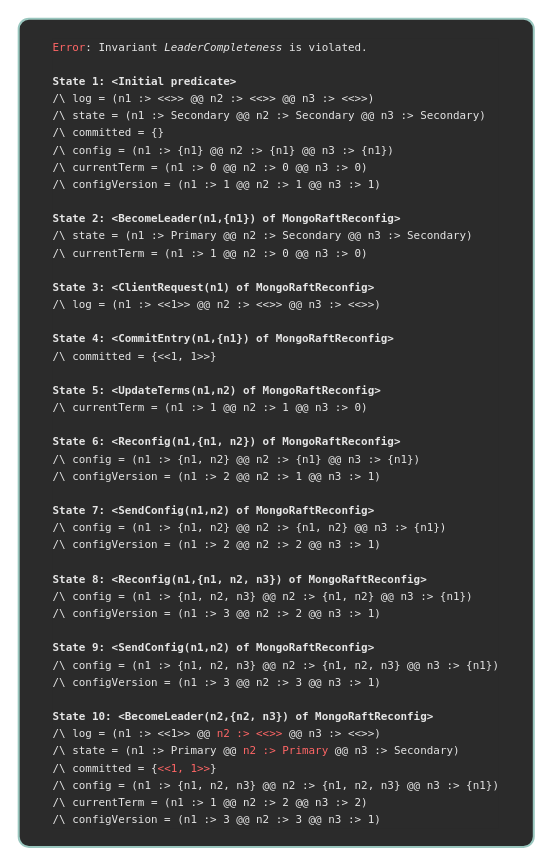
Earlier version of the draw.io diagram page "t3" (2 of 8) of traces/traces.drawio (will62794/reconfig-traces). Source tidied: cells renumbered, new cells numbered last; positions are measured from the earlier drawing's top-left corner, leaving out a move shared by most shapes. Both pictures are drawn from the tidied source at 101%, with x=0, y=0 at pixel (18, 18).
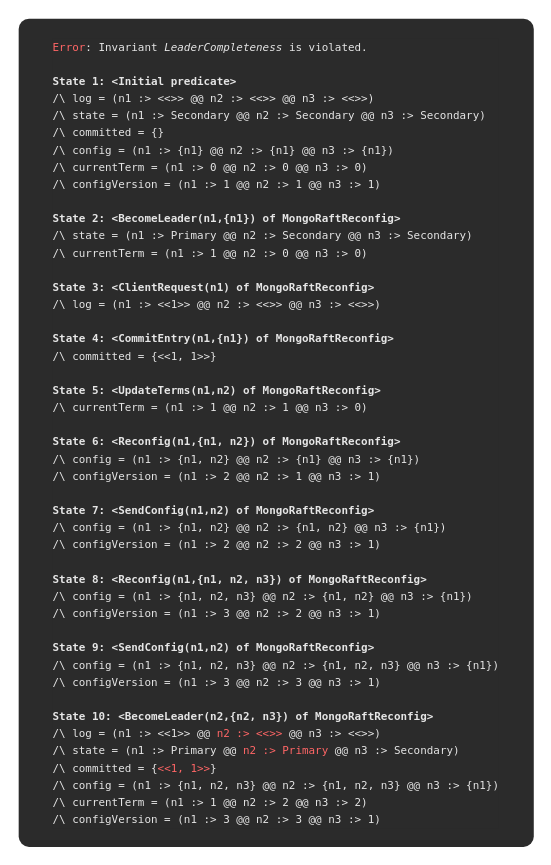
After the change.

The edit, as a diff of the source:
```diff
@@
 <mxGraphModel>
   <root>
     <mxCell id="0" />
     <mxCell id="1" parent="0" />
-    <mxCell id="2" value="&lt;div style=&quot;background-color: rgb(43, 43, 43); line-height: 16px;&quot;&gt;&lt;div style=&quot;text-align: left;&quot;&gt;&lt;font face=&quot;Menlo, Monaco, Courier New, monospace&quot;&gt;&lt;span style=&quot;font-size: 10.8px; white-space: pre;&quot;&gt;&lt;font style=&quot;color: rgb(255, 102, 102);&quot;&gt;Error&lt;/font&gt;&lt;font color=&quot;#e6e6e6&quot;&gt;: Invariant &lt;/font&gt;&lt;i style=&quot;color: rgb(230, 230, 230);&quot;&gt;LeaderCompleteness&lt;/i&gt;&lt;font color=&quot;#e6e6e6&quot;&gt; is violated.&lt;br&gt;&lt;/font&gt;&lt;b style=&quot;color: rgb(230, 230, 230);&quot;&gt;&lt;br&gt;&lt;/b&gt;&lt;/span&gt;&lt;/font&gt;&lt;/div&gt;&lt;div style=&quot;text-align: left;&quot;&gt;&lt;font face=&quot;Menlo, Monaco, Courier New, monospace&quot;&gt;&lt;span style=&quot;font-size: 10.8px; white-space: pre;&quot;&gt;&lt;b style=&quot;color: rgb(230, 230, 230);&quot;&gt;State 1: &amp;lt;Initial predicate&amp;gt;&lt;br&gt;&lt;/b&gt;&lt;font color=&quot;#e6e6e6&quot;&gt;/\ log = (n1 :&amp;gt; &amp;lt;&amp;lt;&amp;gt;&amp;gt; @@ n2 :&amp;gt; &amp;lt;&amp;lt;&amp;gt;&amp;gt; @@ n3 :&amp;gt; &amp;lt;&amp;lt;&amp;gt;&amp;gt;)&lt;br&gt;/\ state = (n1 :&amp;gt; Secondary @@ n2 :&amp;gt; Secondary @@ n3 :&amp;gt; Secondary)&lt;br&gt;/\ committed = {}&lt;br&gt;/\ config = (n1 :&amp;gt; {n1} @@ n2 :&amp;gt; {n1} @@ n3 :&amp;gt; {n1})&lt;br&gt;/\ currentTerm = (n1 :&amp;gt; 0 @@ n2 :&amp;gt; 0 @@ n3 :&amp;gt; 0)&lt;br&gt;/\ configVersion = (n1 :&amp;gt; 1 @@ n2 :&amp;gt; 1 @@ n3 :&amp;gt; 1)&lt;br&gt;&lt;br&gt;&lt;/font&gt;&lt;b style=&quot;color: rgb(230, 230, 230);&quot;&gt;State 2: &amp;lt;BecomeLeader(n1,{n1}) of MongoRaftReconfig&amp;gt;&lt;br&gt;&lt;/b&gt;&lt;font color=&quot;#e6e6e6&quot;&gt;/\ state = (n1 :&amp;gt; Primary @@ n2 :&amp;gt; Secondary @@ n3 :&amp;gt; Secondary)&lt;br&gt;/\ currentTerm = (n1 :&amp;gt; 1 @@ n2 :&amp;gt; 0 @@ n3 :&amp;gt; 0)&lt;br&gt;&lt;br&gt;&lt;/font&gt;&lt;b style=&quot;color: rgb(230, 230, 230);&quot;&gt;State 3: &amp;lt;ClientRequest(n1) of MongoRaftReconfig&amp;gt;&lt;br&gt;&lt;/b&gt;&lt;font color=&quot;#e6e6e6&quot;&gt;/\ log = (n1 :&amp;gt; &amp;lt;&amp;lt;1&amp;gt;&amp;gt; @@ n2 :&amp;gt; &amp;lt;&amp;lt;&amp;gt;&amp;gt; @@ n3 :&amp;gt; &amp;lt;&amp;lt;&amp;gt;&amp;gt;)&lt;br&gt;&lt;br&gt;&lt;/font&gt;&lt;b style=&quot;color: rgb(230, 230, 230);&quot;&gt;State 4: &amp;lt;CommitEntry(n1,{n1}) of MongoRaftReconfig&amp;gt;&lt;br&gt;&lt;/b&gt;&lt;font color=&quot;#e6e6e6&quot;&gt;/\ committed = {&amp;lt;&amp;lt;1, 1&amp;gt;&amp;gt;}&lt;br&gt;&lt;br&gt;&lt;/font&gt;&lt;b style=&quot;color: rgb(230, 230, 230);&quot;&gt;State 5: &amp;lt;UpdateTerms(n1,n2) of MongoRaftReconfig&amp;gt;&lt;br&gt;&lt;/b&gt;&lt;font color=&quot;#e6e6e6&quot;&gt;/\ currentTerm = (n1 :&amp;gt; 1 @@ n2 :&amp;gt; 1 @@ n3 :&amp;gt; 0)&lt;br&gt;&lt;br&gt;&lt;/font&gt;&lt;b style=&quot;color: rgb(230, 230, 230);&quot;&gt;State 6: &amp;lt;Reconfig(n1,{n1, n2}) of MongoRaftReconfig&amp;gt;&lt;br&gt;&lt;/b&gt;&lt;font color=&quot;#e6e6e6&quot;&gt;/\ config = (n1 :&amp;gt; {n1, n2} @@ n2 :&amp;gt; {n1} @@ n3 :&amp;gt; {n1})&lt;br&gt;/\ configVersion = (n1 :&amp;gt; 2 @@ n2 :&amp;gt; 1 @@ n3 :&amp;gt; 1)&lt;br&gt;&lt;br&gt;&lt;/font&gt;&lt;b style=&quot;color: rgb(230, 230, 230);&quot;&gt;State 7: &amp;lt;SendConfig(n1,n2) of MongoRaftReconfig&amp;gt;&lt;br&gt;&lt;/b&gt;&lt;font color=&quot;#e6e6e6&quot;&gt;/\ config = (n1 :&amp;gt; {n1, n2} @@ n2 :&amp;gt; {n1, n2} @@ n3 :&amp;gt; {n1})&lt;br&gt;/\ configVersion = (n1 :&amp;gt; 2 @@ n2 :&amp;gt; 2 @@ n3 :&amp;gt; 1)&lt;br&gt;&lt;br&gt;&lt;/font&gt;&lt;b style=&quot;color: rgb(230, 230, 230);&quot;&gt;State 8: &amp;lt;Reconfig(n1,{n1, n2, n3}) of MongoRaftReconfig&amp;gt;&lt;br&gt;&lt;/b&gt;&lt;font color=&quot;#e6e6e6&quot;&gt;/\ config = (n1 :&amp;gt; {n1, n2, n3} @@ n2 :&amp;gt; {n1, n2} @@ n3 :&amp;gt; {n1})&lt;br&gt;/\ configVersion = (n1 :&amp;gt; 3 @@ n2 :&amp;gt; 2 @@ n3 :&amp;gt; 1)&lt;br&gt;&lt;br&gt;&lt;/font&gt;&lt;b style=&quot;color: rgb(230, 230, 230);&quot;&gt;State 9: &amp;lt;SendConfig(n1,n2) of MongoRaftReconfig&amp;gt;&lt;br&gt;&lt;/b&gt;&lt;font color=&quot;#e6e6e6&quot;&gt;/\ config = (n1 :&amp;gt; {n1, n2, n3} @@ n2 :&amp;gt; {n1, n2, n3} @@ n3 :&amp;gt; {n1})&lt;br&gt;/\ configVersion = (n1 :&amp;gt; 3 @@ n2 :&amp;gt; 3 @@ n3 :&amp;gt; 1)&lt;br&gt;&lt;br&gt;&lt;/font&gt;&lt;b style=&quot;color: rgb(230, 230, 230);&quot;&gt;State 10: &amp;lt;BecomeLeader(n2,{n2, n3}) of MongoRaftReconfig&amp;gt;&lt;br&gt;&lt;/b&gt;&lt;font color=&quot;#e6e6e6&quot;&gt;/\ log = (n1 :&amp;gt; &amp;lt;&amp;lt;1&amp;gt;&amp;gt; @@ &lt;/font&gt;&lt;font style=&quot;color: rgb(255, 102, 102);&quot;&gt;n2 :&amp;gt; &amp;lt;&amp;lt;&amp;gt;&amp;gt;&lt;/font&gt;&lt;font color=&quot;#e6e6e6&quot;&gt; @@ n3 :&amp;gt; &amp;lt;&amp;lt;&amp;gt;&amp;gt;)&lt;br&gt;/\ state = (n1 :&amp;gt; Primary @@ &lt;/font&gt;&lt;font style=&quot;color: rgb(255, 102, 102);&quot;&gt;n2 :&amp;gt; Primary &lt;/font&gt;&lt;font color=&quot;#e6e6e6&quot;&gt;@@ n3 :&amp;gt; Secondary)&lt;br&gt;/\ committed = {&lt;/font&gt;&lt;font style=&quot;color: rgb(255, 102, 102);&quot;&gt;&amp;lt;&amp;lt;1, 1&amp;gt;&amp;gt;&lt;/font&gt;&lt;font color=&quot;#e6e6e6&quot;&gt;}&lt;br&gt;/\ config = (n1 :&amp;gt; {n1, n2, n3} @@ n2 :&amp;gt; {n1, n2, n3} @@ n3 :&amp;gt; {n1})&lt;br&gt;/\ currentTerm = (n1 :&amp;gt; 1 @@ n2 :&amp;gt; 2 @@ n3 :&amp;gt; 2)&lt;br&gt;/\ configVersion = (n1 :&amp;gt; 3 @@ n2 :&amp;gt; 3 @@ n3 :&amp;gt; 1)&lt;/font&gt;&lt;/span&gt;&lt;/font&gt;&lt;span style=&quot;color: rgb(169, 183, 198); font-family: Menlo, Monaco, &amp;quot;Courier New&amp;quot;, monospace; font-size: 10.8px; white-space: pre;&quot;&gt;&lt;br&gt;&lt;/span&gt;&lt;/div&gt;&lt;/div&gt;" style="text;html=1;align=center;verticalAlign=middle;whiteSpace=wrap;rounded=1;strokeColor=#9AC7BF;fillColor=light-dark(#2B2B2B,#282A35);gradientColor=none;arcSize=2;strokeWidth=2;" parent="1" vertex="1">
+    <mxCell id="2" value="&lt;div style=&quot;background-color: rgb(43, 43, 43); line-height: 16px;&quot;&gt;&lt;div style=&quot;text-align: left;&quot;&gt;&lt;font face=&quot;Menlo, Monaco, Courier New, monospace&quot;&gt;&lt;span style=&quot;font-size: 10.8px; white-space: pre;&quot;&gt;&lt;font style=&quot;color: rgb(255, 102, 102);&quot;&gt;Error&lt;/font&gt;&lt;font color=&quot;#e6e6e6&quot;&gt;: Invariant &lt;/font&gt;&lt;i style=&quot;color: rgb(230, 230, 230);&quot;&gt;LeaderCompleteness&lt;/i&gt;&lt;font color=&quot;#e6e6e6&quot;&gt; is violated.&lt;br&gt;&lt;/font&gt;&lt;b style=&quot;color: rgb(230, 230, 230);&quot;&gt;&lt;br&gt;&lt;/b&gt;&lt;/span&gt;&lt;/font&gt;&lt;/div&gt;&lt;div style=&quot;text-align: left;&quot;&gt;&lt;font face=&quot;Menlo, Monaco, Courier New, monospace&quot;&gt;&lt;span style=&quot;font-size: 10.8px; white-space: pre;&quot;&gt;&lt;b style=&quot;color: rgb(230, 230, 230);&quot;&gt;State 1: &amp;lt;Initial predicate&amp;gt;&lt;br&gt;&lt;/b&gt;&lt;font color=&quot;#e6e6e6&quot;&gt;/\ log = (n1 :&amp;gt; &amp;lt;&amp;lt;&amp;gt;&amp;gt; @@ n2 :&amp;gt; &amp;lt;&amp;lt;&amp;gt;&amp;gt; @@ n3 :&amp;gt; &amp;lt;&amp;lt;&amp;gt;&amp;gt;)&lt;br&gt;/\ state = (n1 :&amp;gt; Secondary @@ n2 :&amp;gt; Secondary @@ n3 :&amp;gt; Secondary)&lt;br&gt;/\ committed = {}&lt;br&gt;/\ config = (n1 :&amp;gt; {n1} @@ n2 :&amp;gt; {n1} @@ n3 :&amp;gt; {n1})&lt;br&gt;/\ currentTerm = (n1 :&amp;gt; 0 @@ n2 :&amp;gt; 0 @@ n3 :&amp;gt; 0)&lt;br&gt;/\ configVersion = (n1 :&amp;gt; 1 @@ n2 :&amp;gt; 1 @@ n3 :&amp;gt; 1)&lt;br&gt;&lt;br&gt;&lt;/font&gt;&lt;b style=&quot;color: rgb(230, 230, 230);&quot;&gt;State 2: &amp;lt;BecomeLeader(n1,{n1}) of MongoRaftReconfig&amp;gt;&lt;br&gt;&lt;/b&gt;&lt;font color=&quot;#e6e6e6&quot;&gt;/\ state = (n1 :&amp;gt; Primary @@ n2 :&amp;gt; Secondary @@ n3 :&amp;gt; Secondary)&lt;br&gt;/\ currentTerm = (n1 :&amp;gt; 1 @@ n2 :&amp;gt; 0 @@ n3 :&amp;gt; 0)&lt;br&gt;&lt;br&gt;&lt;/font&gt;&lt;b style=&quot;color: rgb(230, 230, 230);&quot;&gt;State 3: &amp;lt;ClientRequest(n1) of MongoRaftReconfig&amp;gt;&lt;br&gt;&lt;/b&gt;&lt;font color=&quot;#e6e6e6&quot;&gt;/\ log = (n1 :&amp;gt; &amp;lt;&amp;lt;1&amp;gt;&amp;gt; @@ n2 :&amp;gt; &amp;lt;&amp;lt;&amp;gt;&amp;gt; @@ n3 :&amp;gt; &amp;lt;&amp;lt;&amp;gt;&amp;gt;)&lt;br&gt;&lt;br&gt;&lt;/font&gt;&lt;b style=&quot;color: rgb(230, 230, 230);&quot;&gt;State 4: &amp;lt;CommitEntry(n1,{n1}) of MongoRaftReconfig&amp;gt;&lt;br&gt;&lt;/b&gt;&lt;font color=&quot;#e6e6e6&quot;&gt;/\ committed = {&amp;lt;&amp;lt;1, 1&amp;gt;&amp;gt;}&lt;br&gt;&lt;br&gt;&lt;/font&gt;&lt;b style=&quot;color: rgb(230, 230, 230);&quot;&gt;State 5: &amp;lt;UpdateTerms(n1,n2) of MongoRaftReconfig&amp;gt;&lt;br&gt;&lt;/b&gt;&lt;font color=&quot;#e6e6e6&quot;&gt;/\ currentTerm = (n1 :&amp;gt; 1 @@ n2 :&amp;gt; 1 @@ n3 :&amp;gt; 0)&lt;br&gt;&lt;br&gt;&lt;/font&gt;&lt;b style=&quot;color: rgb(230, 230, 230);&quot;&gt;State 6: &amp;lt;Reconfig(n1,{n1, n2}) of MongoRaftReconfig&amp;gt;&lt;br&gt;&lt;/b&gt;&lt;font color=&quot;#e6e6e6&quot;&gt;/\ config = (n1 :&amp;gt; {n1, n2} @@ n2 :&amp;gt; {n1} @@ n3 :&amp;gt; {n1})&lt;br&gt;/\ configVersion = (n1 :&amp;gt; 2 @@ n2 :&amp;gt; 1 @@ n3 :&amp;gt; 1)&lt;br&gt;&lt;br&gt;&lt;/font&gt;&lt;b style=&quot;color: rgb(230, 230, 230);&quot;&gt;State 7: &amp;lt;SendConfig(n1,n2) of MongoRaftReconfig&amp;gt;&lt;br&gt;&lt;/b&gt;&lt;font color=&quot;#e6e6e6&quot;&gt;/\ config = (n1 :&amp;gt; {n1, n2} @@ n2 :&amp;gt; {n1, n2} @@ n3 :&amp;gt; {n1})&lt;br&gt;/\ configVersion = (n1 :&amp;gt; 2 @@ n2 :&amp;gt; 2 @@ n3 :&amp;gt; 1)&lt;br&gt;&lt;br&gt;&lt;/font&gt;&lt;b style=&quot;color: rgb(230, 230, 230);&quot;&gt;State 8: &amp;lt;Reconfig(n1,{n1, n2, n3}) of MongoRaftReconfig&amp;gt;&lt;br&gt;&lt;/b&gt;&lt;font color=&quot;#e6e6e6&quot;&gt;/\ config = (n1 :&amp;gt; {n1, n2, n3} @@ n2 :&amp;gt; {n1, n2} @@ n3 :&amp;gt; {n1})&lt;br&gt;/\ configVersion = (n1 :&amp;gt; 3 @@ n2 :&amp;gt; 2 @@ n3 :&amp;gt; 1)&lt;br&gt;&lt;br&gt;&lt;/font&gt;&lt;b style=&quot;color: rgb(230, 230, 230);&quot;&gt;State 9: &amp;lt;SendConfig(n1,n2) of MongoRaftReconfig&amp;gt;&lt;br&gt;&lt;/b&gt;&lt;font color=&quot;#e6e6e6&quot;&gt;/\ config = (n1 :&amp;gt; {n1, n2, n3} @@ n2 :&amp;gt; {n1, n2, n3} @@ n3 :&amp;gt; {n1})&lt;br&gt;/\ configVersion = (n1 :&amp;gt; 3 @@ n2 :&amp;gt; 3 @@ n3 :&amp;gt; 1)&lt;br&gt;&lt;br&gt;&lt;/font&gt;&lt;b style=&quot;color: rgb(230, 230, 230);&quot;&gt;State 10: &amp;lt;BecomeLeader(n2,{n2, n3}) of MongoRaftReconfig&amp;gt;&lt;br&gt;&lt;/b&gt;&lt;font color=&quot;#e6e6e6&quot;&gt;/\ log = (n1 :&amp;gt; &amp;lt;&amp;lt;1&amp;gt;&amp;gt; @@ &lt;/font&gt;&lt;font style=&quot;color: rgb(255, 102, 102);&quot;&gt;n2 :&amp;gt; &amp;lt;&amp;lt;&amp;gt;&amp;gt;&lt;/font&gt;&lt;font color=&quot;#e6e6e6&quot;&gt; @@ n3 :&amp;gt; &amp;lt;&amp;lt;&amp;gt;&amp;gt;)&lt;br&gt;/\ state = (n1 :&amp;gt; Primary @@ &lt;/font&gt;&lt;font style=&quot;color: rgb(255, 102, 102);&quot;&gt;n2 :&amp;gt; Primary &lt;/font&gt;&lt;font color=&quot;#e6e6e6&quot;&gt;@@ n3 :&amp;gt; Secondary)&lt;br&gt;/\ committed = {&lt;/font&gt;&lt;font style=&quot;color: rgb(255, 102, 102);&quot;&gt;&amp;lt;&amp;lt;1, 1&amp;gt;&amp;gt;&lt;/font&gt;&lt;font color=&quot;#e6e6e6&quot;&gt;}&lt;br&gt;/\ config = (n1 :&amp;gt; {n1, n2, n3} @@ n2 :&amp;gt; {n1, n2, n3} @@ n3 :&amp;gt; {n1})&lt;br&gt;/\ currentTerm = (n1 :&amp;gt; 1 @@ n2 :&amp;gt; 2 @@ n3 :&amp;gt; 2)&lt;br&gt;/\ configVersion = (n1 :&amp;gt; 3 @@ n2 :&amp;gt; 3 @@ n3 :&amp;gt; 1)&lt;/font&gt;&lt;/span&gt;&lt;/font&gt;&lt;span style=&quot;color: rgb(169, 183, 198); font-family: Menlo, Monaco, &amp;quot;Courier New&amp;quot;, monospace; font-size: 10.8px; white-space: pre;&quot;&gt;&lt;br&gt;&lt;/span&gt;&lt;/div&gt;&lt;/div&gt;" style="text;html=1;align=center;verticalAlign=middle;whiteSpace=wrap;rounded=1;strokeColor=none;fillColor=light-dark(#2B2B2B,#282A35);gradientColor=none;arcSize=2;strokeWidth=2;" parent="1" vertex="1">
       <mxGeometry width="510" height="820" as="geometry" />
     </mxCell>
   </root>
 </mxGraphModel>
```
